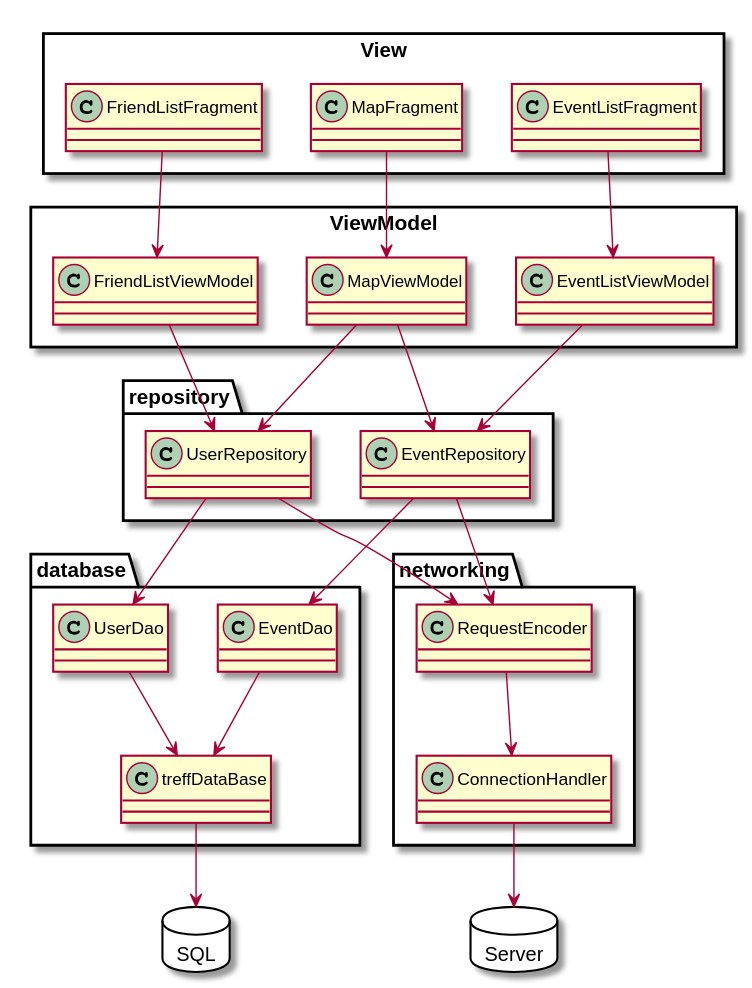
This is entwurf/images/database.svg from V0G3L/treff., a PlantUML export, as it was before one commit. Source of this version:
```plantuml
@startuml

package View <<Rectangle>> {
class FriendListFragment
class MapFragment
class EventListFragment
}
package ViewModel <<Rectangle>> {
    class FriendListViewModel
    class MapViewModel
    class EventListViewModel
}
package repository {
    class UserRepository
    class EventRepository
}
FriendListViewModel <-down- FriendListFragment
MapViewModel <-down- MapFragment
EventListViewModel <-down- EventListFragment
UserRepository <-down- FriendListViewModel
UserRepository <-down- MapViewModel
EventRepository <-down- MapViewModel
EventRepository <-down- EventListViewModel

package database {
    class UserDao
    class EventDao
    class treffDataBase
}

treffDataBase <-down- UserDao
treffDataBase <-down- EventDao

package networking {
    class RequestEncoder
    class ConnectionHandler
}


package Server <<Database>> {

}


UserDao <-right- UserRepository
RequestEncoder <-down- UserRepository
EventDao <-down- EventRepository
RequestEncoder <-left- EventRepository
ConnectionHandler <-down- RequestEncoder
Server <-down- ConnectionHandler

package SQL <<Database>> {
}

SQL <-down- treffDataBase

@enduml
```
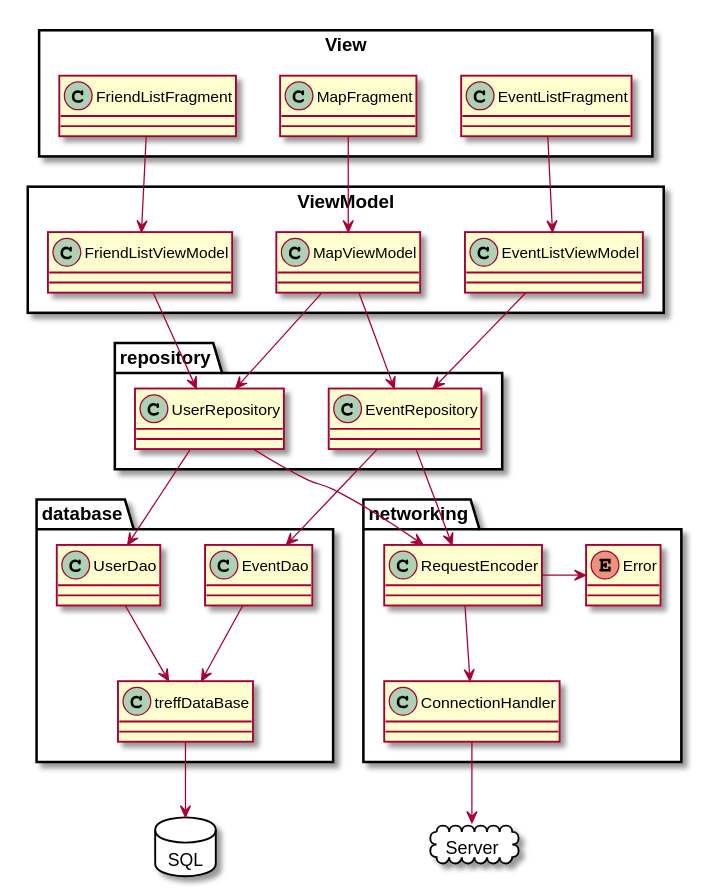
Above is the later version.

Commit message:
Added Error handling in tex as well as code

Change to the diagram source:
```diff
@@ -32,12 +32,13 @@
 treffDataBase <-down- EventDao
 
 package networking {
+    enum Error
     class RequestEncoder
     class ConnectionHandler
 }
 
 
-package Server <<Database>> {
+package Server <<Cloud>> {
 
 }
 
@@ -47,6 +48,7 @@
 EventDao <-down- EventRepository
 RequestEncoder <-left- EventRepository
 ConnectionHandler <-down- RequestEncoder
+Error <-right- RequestEncoder
 Server <-down- ConnectionHandler
 
 package SQL <<Database>> {
```
